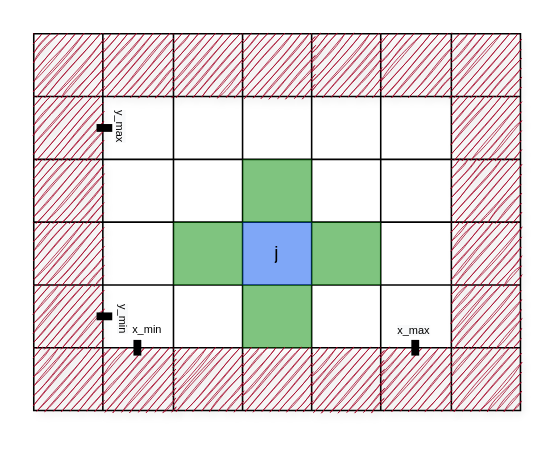
Before: page "Page-1" (1 of 2) of doc/presentation/Figures/Dicretisation2D.drawio in ddrous/projet-inverse-2d, a draw.io diagram. Source tidied: cells renumbered, new cells numbered last; positions are measured from the earlier drawing's top-left corner, leaving out a move shared by most shapes. Both pictures are drawn from the tidied source at 157%, with x=0, y=0 at pixel (33, 33).
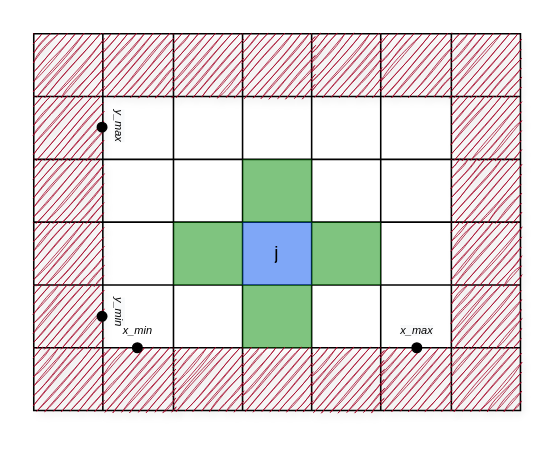
After the change.

What changed in the source:
```diff
@@
-    <mxCell id="51" style="endArrow=none;html=1;strokeWidth=5;rounded=1;" parent="1" edge="1">
-      <mxGeometry relative="1" as="geometry">
-        <mxPoint x="66" y="205" as="sourcePoint" />
-        <mxPoint x="66" y="195" as="targetPoint" />
-        <Array as="points">
-          <mxPoint x="66" y="195" />
-        </Array>
-      </mxGeometry>
-    </mxCell>
-    <mxCell id="52" style="endArrow=none;html=1;strokeWidth=5;" parent="1" edge="1">
-      <mxGeometry relative="1" as="geometry">
-        <mxPoint x="243" y="205" as="sourcePoint" />
-        <mxPoint x="243" y="195" as="targetPoint" />
-        <Array as="points">
-          <mxPoint x="243" y="195" />
-        </Array>
-      </mxGeometry>
-    </mxCell>
-    <mxCell id="53" style="endArrow=none;html=1;strokeWidth=5;" parent="1" edge="1">
-      <mxGeometry relative="1" as="geometry">
-        <mxPoint x="40" y="180" as="sourcePoint" />
-        <mxPoint x="50" y="180" as="targetPoint" />
-      </mxGeometry>
-    </mxCell>
-    <mxCell id="54" style="endArrow=none;html=1;strokeWidth=5;" parent="1" edge="1">
-      <mxGeometry relative="1" as="geometry">
-        <mxPoint x="40" y="60" as="sourcePoint" />
-        <mxPoint x="50" y="60" as="targetPoint" />
-      </mxGeometry>
-    </mxCell>
-    <mxCell id="55" value="&lt;font style=&quot;font-size: 7px&quot;&gt;x_min&lt;/font&gt;" style="text;html=1;align=center;verticalAlign=middle;" parent="1" vertex="1">
-      <mxGeometry x="57" y="177" width="29" height="20" as="geometry" />
+    <mxCell id="55" value="&lt;font style=&quot;font-size: 7px&quot; face=&quot;Iwona&quot;&gt;&lt;i&gt;x_min&lt;/i&gt;&lt;/font&gt;" style="text;html=1;align=center;verticalAlign=middle;" parent="1" vertex="1">
+      <mxGeometry x="52.5" y="178" width="27" height="19" as="geometry" />
     </mxCell>
-    <mxCell id="56" value="&lt;span style=&quot;color: rgb(0 , 0 , 0) ; font-family: &amp;#34;helvetica&amp;#34; ; font-size: 7px ; font-style: normal ; font-weight: 400 ; letter-spacing: normal ; text-align: center ; text-indent: 0px ; text-transform: none ; word-spacing: 0px ; background-color: rgb(248 , 249 , 250) ; display: inline ; float: none&quot;&gt;x_max&lt;br&gt;&lt;/span&gt;" style="text;whiteSpace=wrap;html=1;" parent="1" vertex="1">
-      <mxGeometry x="230" y="174" width="39" height="30" as="geometry" />
+    <mxCell id="56" value="&lt;span style=&quot;color: rgb(0 , 0 , 0) ; font-size: 7px ; font-weight: 400 ; letter-spacing: normal ; text-align: center ; text-indent: 0px ; text-transform: none ; word-spacing: 0px ; background-color: rgb(248 , 249 , 250) ; display: inline ; float: none&quot;&gt;&lt;i&gt;&lt;font face=&quot;Iwona&quot;&gt;x_max&lt;/font&gt;&lt;/i&gt;&lt;br&gt;&lt;/span&gt;" style="text;whiteSpace=wrap;html=1;" parent="1" vertex="1">
+      <mxGeometry x="232" y="174" width="24" height="17" as="geometry" />
     </mxCell>
-    <mxCell id="57" value="&lt;span style=&quot;color: rgb(0 , 0 , 0) ; font-family: &amp;#34;helvetica&amp;#34; ; font-size: 7px ; font-style: normal ; font-weight: 400 ; letter-spacing: normal ; text-align: center ; text-indent: 0px ; text-transform: none ; word-spacing: 0px ; background-color: rgb(248 , 249 , 250) ; display: inline ; float: none&quot;&gt;y_min&lt;/span&gt;" style="text;whiteSpace=wrap;html=1;labelPosition=center;verticalLabelPosition=middle;align=center;verticalAlign=middle;rotation=90;" parent="1" vertex="1">
-      <mxGeometry x="39" y="167" width="39" height="30" as="geometry" />
+    <mxCell id="57" value="&lt;span style=&quot;color: rgb(0 , 0 , 0) ; font-size: 7px ; font-weight: 400 ; letter-spacing: normal ; text-align: center ; text-indent: 0px ; text-transform: none ; word-spacing: 0px ; background-color: rgb(248 , 249 , 250) ; display: inline ; float: none&quot;&gt;&lt;i&gt;&lt;font face=&quot;Iwona&quot;&gt;y_min&lt;/font&gt;&lt;/i&gt;&lt;/span&gt;" style="text;whiteSpace=wrap;html=1;labelPosition=center;verticalLabelPosition=middle;align=center;verticalAlign=middle;rotation=90;" parent="1" vertex="1">
+      <mxGeometry x="46.5" y="174" width="20" height="6" as="geometry" />
     </mxCell>
-    <mxCell id="58" value="&lt;span style=&quot;color: rgb(0 , 0 , 0) ; font-family: &amp;#34;helvetica&amp;#34; ; font-size: 7px ; font-style: normal ; font-weight: 400 ; letter-spacing: normal ; text-align: center ; text-indent: 0px ; text-transform: none ; word-spacing: 0px ; background-color: rgb(248 , 249 , 250) ; display: inline ; float: none&quot;&gt;y_max&lt;/span&gt;" style="text;whiteSpace=wrap;html=1;rotation=90;" parent="1" vertex="1">
-      <mxGeometry x="37" y="51" width="39" height="30" as="geometry" />
+    <mxCell id="58" value="&lt;span style=&quot;color: rgb(0 , 0 , 0) ; font-size: 7px ; font-weight: 400 ; letter-spacing: normal ; text-align: center ; text-indent: 0px ; text-transform: none ; word-spacing: 0px ; background-color: rgb(248 , 249 , 250) ; display: inline ; float: none&quot;&gt;&lt;i&gt;&lt;font face=&quot;Iwona&quot;&gt;y_max&lt;/font&gt;&lt;/i&gt;&lt;/span&gt;" style="text;whiteSpace=wrap;html=1;rotation=90;" parent="1" vertex="1">
+      <mxGeometry x="54.8" y="53" width="22.5" height="9.5" as="geometry" />
     </mxCell>
+    <mxCell id="59" style="ellipse;whiteSpace=wrap;html=1;fillColor=#000000;" parent="1" vertex="1">
+      <mxGeometry x="63" y="197" width="6" height="6" as="geometry" />
+    </mxCell>
+    <mxCell id="60" style="ellipse;whiteSpace=wrap;html=1;fillColor=#000000;" parent="1" vertex="1">
+      <mxGeometry x="241" y="197" width="6" height="6" as="geometry" />
+    </mxCell>
+    <mxCell id="61" style="ellipse;whiteSpace=wrap;html=1;fillColor=#000000;direction=south;" parent="1" vertex="1">
+      <mxGeometry x="40.5" y="177" width="6" height="6" as="geometry" />
+    </mxCell>
+    <mxCell id="62" style="ellipse;whiteSpace=wrap;html=1;fillColor=#000000;" parent="1" vertex="1">
+      <mxGeometry x="40.5" y="56.5" width="6" height="6" as="geometry" />
+    </mxCell>
```
